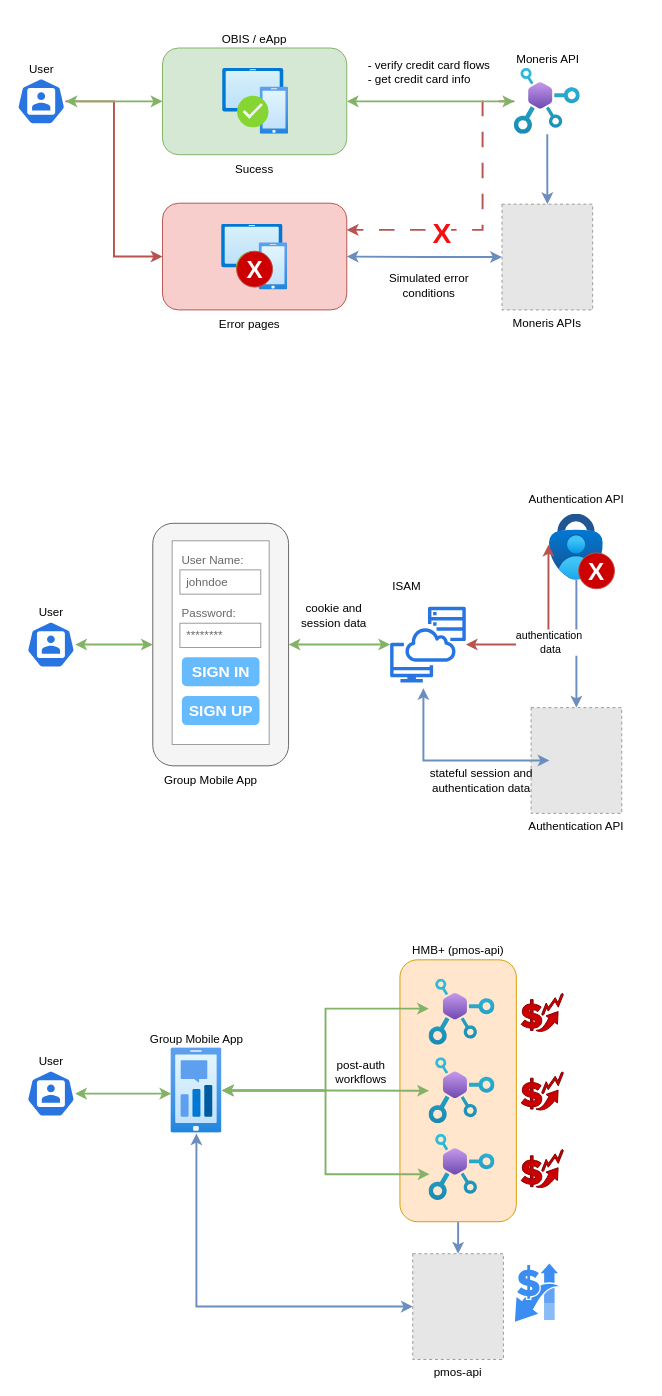
gtrofimov/draw-io-projects keeps this draw.io diagram as page "open" (1 of 2) of use cases.drawio. Above is the earlier version. Source tidied: cells renumbered, new cells numbered last; positions are measured from the earlier drawing's top-left corner, leaving out a move shared by most shapes. Both pictures are drawn from the tidied source at 97%, with x=0, y=0 at pixel (16, 48). Pictures stored in the file or linked from it are replaced by grey dashed boxes.
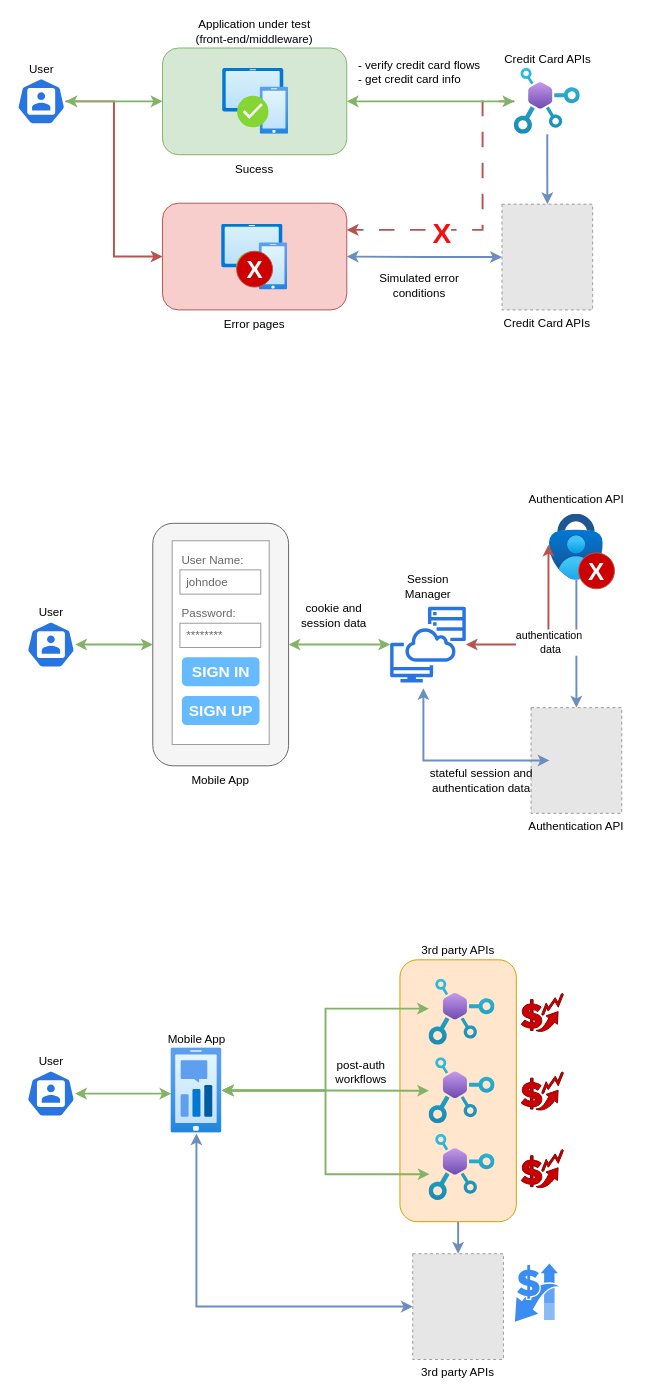
The same page after the edit.

Unchanged cells that the change refers to:
```xml
<mxCell id="10" style="group;strokeWidth=1;" parent="1" vertex="1">
  <mxGeometry x="150" width="190" height="110" as="geometry" />
</mxCell>
<mxCell id="55" style="group;strokeWidth=1;" parent="1" vertex="1">
  <mxGeometry x="60" y="1002" width="250" height="150" as="geometry" />
</mxCell>
```

What changed in the source:
```diff
@@
-    <mxCell id="3" value="HMB+ (pmos-api&lt;span style=&quot;background-color: initial;&quot;&gt;)&lt;/span&gt;" style="rounded=1;whiteSpace=wrap;html=1;fillColor=#ffe6cc;strokeColor=#d79b00;labelPosition=center;verticalLabelPosition=top;align=center;verticalAlign=bottom;" parent="1" vertex="1">
+    <mxCell id="3" value="3rd party APIs" style="rounded=1;whiteSpace=wrap;html=1;fillColor=#ffe6cc;strokeColor=#d79b00;labelPosition=center;verticalLabelPosition=top;align=center;verticalAlign=bottom;" parent="1" vertex="1">
       <mxGeometry x="394.8" y="940" width="120" height="270" as="geometry" />
     </mxCell>
@@
-    <mxCell id="9" value="Moneris APIs" style="fillColor=#E6E6E6;strokeColor=#999999;dashed=1;verticalLabelPosition=bottom;verticalAlign=top;" parent="1" vertex="1">
+    <mxCell id="9" value="Credit Card APIs" style="fillColor=#E6E6E6;strokeColor=#999999;dashed=1;verticalLabelPosition=bottom;verticalAlign=top;" parent="1" vertex="1">
       <mxGeometry x="500" y="161" width="93.5" height="109" as="geometry" />
     </mxCell>
@@
-    <mxCell id="11" value="OBIS / eApp" style="rounded=1;whiteSpace=wrap;html=1;fillColor=#d5e8d4;strokeColor=#82b366;labelPosition=center;verticalLabelPosition=top;align=center;verticalAlign=bottom;" parent="10" vertex="1">
+    <mxCell id="11" value="Application under test&lt;div&gt;(front-end/middleware)&lt;/div&gt;" style="rounded=1;whiteSpace=wrap;html=1;fillColor=#d5e8d4;strokeColor=#82b366;labelPosition=center;verticalLabelPosition=top;align=center;verticalAlign=bottom;" parent="10" vertex="1">
       <mxGeometry width="190" height="110" as="geometry" />
     </mxCell>
@@
-    <mxCell id="16" value="Moneris API" style="image;html=1;points=[];align=center;fontSize=12;image=img/lib/azure2/web/API_Center.svg;labelPosition=center;verticalLabelPosition=top;verticalAlign=bottom;" parent="1" vertex="1">
+    <mxCell id="16" value="Credit Card APIs" style="image;html=1;points=[];align=center;fontSize=12;image=img/lib/azure2/web/API_Center.svg;labelPosition=center;verticalLabelPosition=top;verticalAlign=bottom;" parent="1" vertex="1">
       <mxGeometry x="512.7" y="21" width="68" height="68" as="geometry" />
     </mxCell>
@@
     <mxCell id="23" value="- verify credit card flows&lt;div&gt;- get credit card info&lt;/div&gt;" style="text;html=1;align=left;verticalAlign=middle;whiteSpace=wrap;rounded=0;" parent="1" vertex="1">
-      <mxGeometry x="360" y="10" width="170" height="30" as="geometry" />
+      <mxGeometry x="349.8" y="10" width="170" height="30" as="geometry" />
     </mxCell>
     <mxCell id="24" value="Error pages" style="text;html=1;align=center;verticalAlign=middle;whiteSpace=wrap;rounded=0;" parent="1" vertex="1">
-      <mxGeometry x="200" y="270" width="80" height="30" as="geometry" />
+      <mxGeometry x="205" y="270" width="80" height="30" as="geometry" />
     </mxCell>
@@
-    <mxCell id="35" value="Group Mobile App" style="text;html=1;align=center;verticalAlign=middle;whiteSpace=wrap;rounded=0;" parent="1" vertex="1">
-      <mxGeometry x="145" y="740" width="110" height="30" as="geometry" />
+    <mxCell id="35" value="Mobile App" style="text;html=1;align=center;verticalAlign=middle;whiteSpace=wrap;rounded=0;" parent="1" vertex="1">
+      <mxGeometry x="155" y="740" width="110" height="30" as="geometry" />
     </mxCell>
@@
-    <mxCell id="48" value="ISAM" style="text;html=1;align=center;verticalAlign=middle;whiteSpace=wrap;rounded=0;" parent="1" vertex="1">
-      <mxGeometry x="372" y="540" width="60" height="30" as="geometry" />
+    <mxCell id="48" value="Session Manager" style="text;html=1;align=center;verticalAlign=middle;whiteSpace=wrap;rounded=0;" parent="1" vertex="1">
+      <mxGeometry x="393.7" y="540" width="60" height="30" as="geometry" />
     </mxCell>
@@
     <mxCell id="50" value="Simulated error conditions" style="text;html=1;align=center;verticalAlign=middle;whiteSpace=wrap;rounded=0;" parent="1" vertex="1">
-      <mxGeometry x="360" y="230" width="130" height="30" as="geometry" />
+      <mxGeometry x="349.8" y="230" width="130" height="30" as="geometry" />
     </mxCell>
@@
-    <mxCell id="56" value="Group Mobile App" style="image;html=1;points=[];align=center;fontSize=12;image=img/lib/azure2/general/Mobile_Engagement.svg;labelPosition=center;verticalLabelPosition=top;verticalAlign=bottom;" parent="55" vertex="1">
+    <mxCell id="56" value="Mobile App" style="image;html=1;points=[];align=center;fontSize=12;image=img/lib/azure2/general/Mobile_Engagement.svg;labelPosition=center;verticalLabelPosition=top;verticalAlign=bottom;" parent="55" vertex="1">
       <mxGeometry x="98.7" y="28.6" width="52.6" height="88.2" as="geometry" />
     </mxCell>
@@
-    <mxCell id="61" value="pmos-api" style="fillColor=#E6E6E6;strokeColor=#999999;dashed=1;verticalLabelPosition=bottom;verticalAlign=top;" parent="1" vertex="1">
+    <mxCell id="61" value="3rd party APIs" style="fillColor=#E6E6E6;strokeColor=#999999;dashed=1;verticalLabelPosition=bottom;verticalAlign=top;" parent="1" vertex="1">
       <mxGeometry x="408" y="1243" width="93.5" height="109" as="geometry" />
     </mxCell>
```
